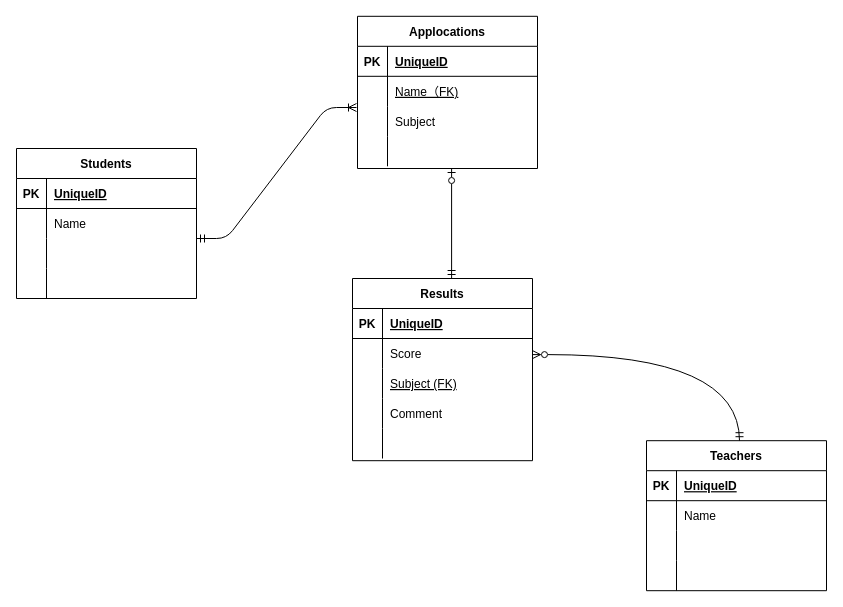
The draw.io diagram er.dio in walkingjunkie/20221025takada, before the edit. Source tidied: cells renumbered, new cells numbered last; positions are measured from the earlier drawing's top-left corner, leaving out a move shared by most shapes. Both pictures are drawn from the tidied source at 100%, with x=0, y=0 at pixel (16, -2).
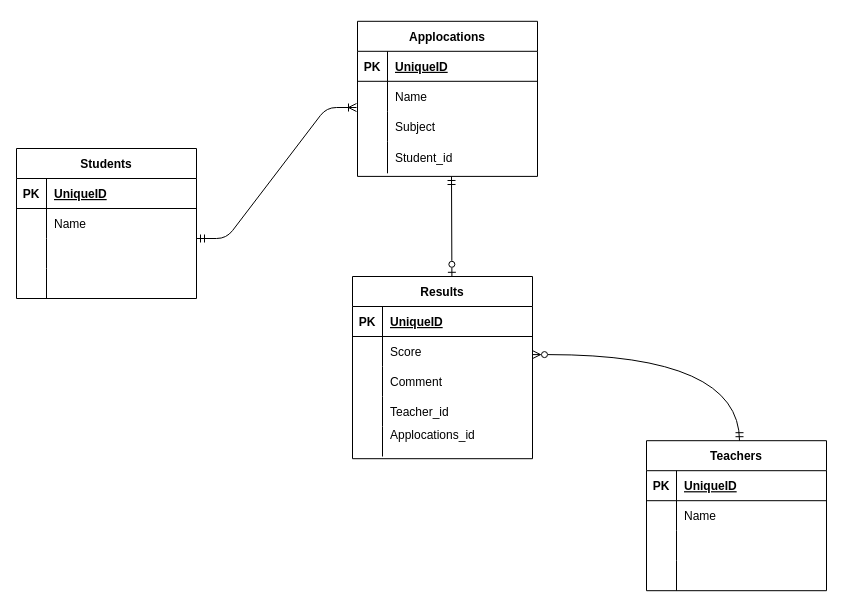
Above is the later version.

The change refers to these unchanged cells:
```xml
<mxCell id="16" style="group;" parent="1" vertex="1">
  <mxGeometry x="350" width="171" height="177.8" as="geometry" />
</mxCell>
<mxCell id="21" style="shape=partialRectangle;fillColor=none;top=0;left=0;bottom=0;right=0;" parent="17" vertex="1">
  <mxGeometry y="60" width="180" height="30" as="geometry" />
</mxCell>
<mxCell id="31" value="Results" style="shape=table;startSize=30;childLayout=tableLayout;rowLines=0;fontStyle=1;align=center;fillColor=none;" parent="30" vertex="1">
  <mxGeometry x="-10" y="-2.2" width="180" height="182.2" as="geometry" />
</mxCell>
```

What changed in the source:
```diff
@@
     <mxCell id="17" value="Applocations" style="shape=table;startSize=30;childLayout=tableLayout;rowLines=0;fontStyle=1;align=center;fillColor=none;" parent="16" vertex="1">
-      <mxGeometry x="-9" y="17.8" width="180" height="152.2" as="geometry" />
+      <mxGeometry x="-9" y="22.8" width="180" height="155.1" as="geometry" />
     </mxCell>
@@
-    <mxCell id="23" value="Name（FK)" style="shape=partialRectangle;fillColor=none;top=0;left=0;bottom=0;right=0;align=left;spacingLeft=6;overflow=hidden;labelBorderColor=none;fontStyle=4;" parent="21" vertex="1">
+    <mxCell id="23" value="Name" style="shape=partialRectangle;fillColor=none;top=0;left=0;bottom=0;right=0;align=left;spacingLeft=6;overflow=hidden;labelBorderColor=none;fontStyle=0;" parent="21" vertex="1">
       <mxGeometry x="30" width="150" height="30" as="geometry" />
     </mxCell>
@@
     <mxCell id="27" style="shape=partialRectangle;fillColor=none;top=0;left=0;bottom=0;right=0;" parent="17" vertex="1">
-      <mxGeometry y="120" width="180" height="30" as="geometry" />
+      <mxGeometry y="120" width="180" height="32" as="geometry" />
     </mxCell>
     <mxCell id="28" style="shape=partialRectangle;fillColor=none;top=0;left=0;bottom=0;right=0;overflow=hidden;" parent="27" vertex="1">
-      <mxGeometry width="30" height="30" as="geometry" />
+      <mxGeometry width="30" height="32" as="geometry" />
     </mxCell>
-    <mxCell id="29" style="shape=partialRectangle;fillColor=none;top=0;left=0;bottom=0;right=0;align=left;spacingLeft=6;overflow=hidden;" parent="27" vertex="1">
-      <mxGeometry x="30" width="150" height="30" as="geometry" />
+    <mxCell id="29" value="Student_id" style="shape=partialRectangle;fillColor=none;top=0;left=0;bottom=0;right=0;align=left;spacingLeft=6;overflow=hidden;" parent="27" vertex="1">
+      <mxGeometry x="30" width="150" height="32" as="geometry" />
     </mxCell>
     <mxCell id="30" style="group;" parent="1" vertex="1">
-      <mxGeometry x="346" y="282.2" width="170" height="177.8" as="geometry" />
+      <mxGeometry x="346" y="280.2" width="170" height="177.8" as="geometry" />
     </mxCell>
@@
-    <mxCell id="38" style="shape=partialRectangle;fillColor=none;top=0;left=0;bottom=0;right=0;" parent="31" vertex="1">
-      <mxGeometry y="90" width="180" height="30" as="geometry" />
-    </mxCell>
-    <mxCell id="39" style="shape=partialRectangle;fillColor=none;top=0;left=0;bottom=0;right=0;overflow=hidden;" parent="38" vertex="1">
-      <mxGeometry width="30" height="30" as="geometry" />
-    </mxCell>
-    <mxCell id="40" value="Subject (FK)" style="shape=partialRectangle;fillColor=none;top=0;left=0;bottom=0;right=0;align=left;spacingLeft=6;overflow=hidden;fontStyle=4;" parent="38" vertex="1">
-      <mxGeometry x="30" width="150" height="30" as="geometry" />
-    </mxCell>
     <mxCell id="41" style="shape=partialRectangle;fillColor=none;top=0;left=0;bottom=0;right=0;" parent="31" vertex="1">
-      <mxGeometry y="120" width="180" height="30" as="geometry" />
+      <mxGeometry y="90" width="180" height="30" as="geometry" />
     </mxCell>
@@
     <mxCell id="44" style="shape=partialRectangle;fillColor=none;top=0;left=0;bottom=0;right=0;" parent="31" vertex="1">
-      <mxGeometry y="150" width="180" height="30" as="geometry" />
+      <mxGeometry y="120" width="180" height="30" as="geometry" />
     </mxCell>
@@
-    <mxCell id="46" style="shape=partialRectangle;fillColor=none;top=0;left=0;bottom=0;right=0;align=left;spacingLeft=6;overflow=hidden;" parent="44" vertex="1">
+    <mxCell id="46" value="Teacher_id" style="shape=partialRectangle;fillColor=none;top=0;left=0;bottom=0;right=0;align=left;spacingLeft=6;overflow=hidden;" parent="44" vertex="1">
       <mxGeometry x="30" width="150" height="30" as="geometry" />
     </mxCell>
+    <mxCell id="63" style="shape=partialRectangle;fillColor=none;top=0;left=0;bottom=0;right=0;" parent="31" vertex="1">
+      <mxGeometry y="150" width="180" height="30" as="geometry" />
+    </mxCell>
+    <mxCell id="39" style="shape=partialRectangle;fillColor=none;top=0;left=0;bottom=0;right=0;overflow=hidden;" parent="63" vertex="1">
+      <mxGeometry width="30" height="30" as="geometry" />
+    </mxCell>
+    <mxCell id="64" value="Applocations_id&#10;" style="shape=partialRectangle;fillColor=none;top=0;left=0;bottom=0;right=0;align=left;spacingLeft=6;overflow=hidden;" parent="63" vertex="1">
+      <mxGeometry x="30" width="150" height="30" as="geometry" />
+    </mxCell>
@@
-    <mxCell id="62" style="fontSize=12;html=1;endArrow=ERzeroToOne;startArrow=ERmandOne;elbow=vertical;startFill=0;endFill=0;" parent="1" edge="1">
+    <mxCell id="62" style="fontSize=12;html=1;endArrow=ERmandOne;startArrow=ERzeroToOne;elbow=vertical;startFill=0;endFill=0;" parent="1" edge="1">
       <mxGeometry relative="1" as="geometry">
-        <mxPoint x="435.1" y="280" as="sourcePoint" />
-        <mxPoint x="435.1" y="170" as="targetPoint" />
+        <mxPoint x="435.4" y="277.8" as="sourcePoint" />
+        <mxPoint x="435" y="178" as="targetPoint" />
       </mxGeometry>
     </mxCell>
```
